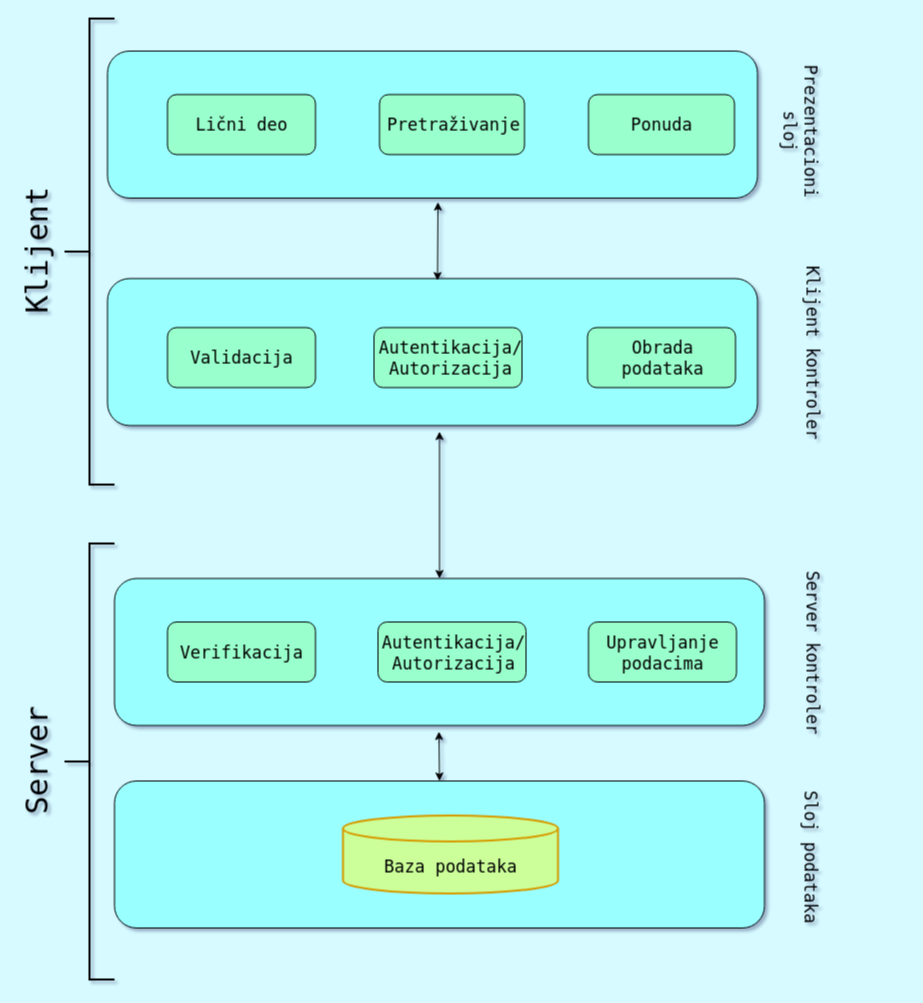
Before: Arhitektura sistema/Arhitektura3.drawio in ivonamilutinovic/InformacioniSistemAgencijeZaNekretnine, a draw.io diagram. Source tidied: cells renumbered, new cells numbered last; positions are measured from the earlier drawing's top-left corner, leaving out a move shared by most shapes. Both pictures are drawn from the tidied source at 100%, with x=0, y=0 at pixel (-32, 18).
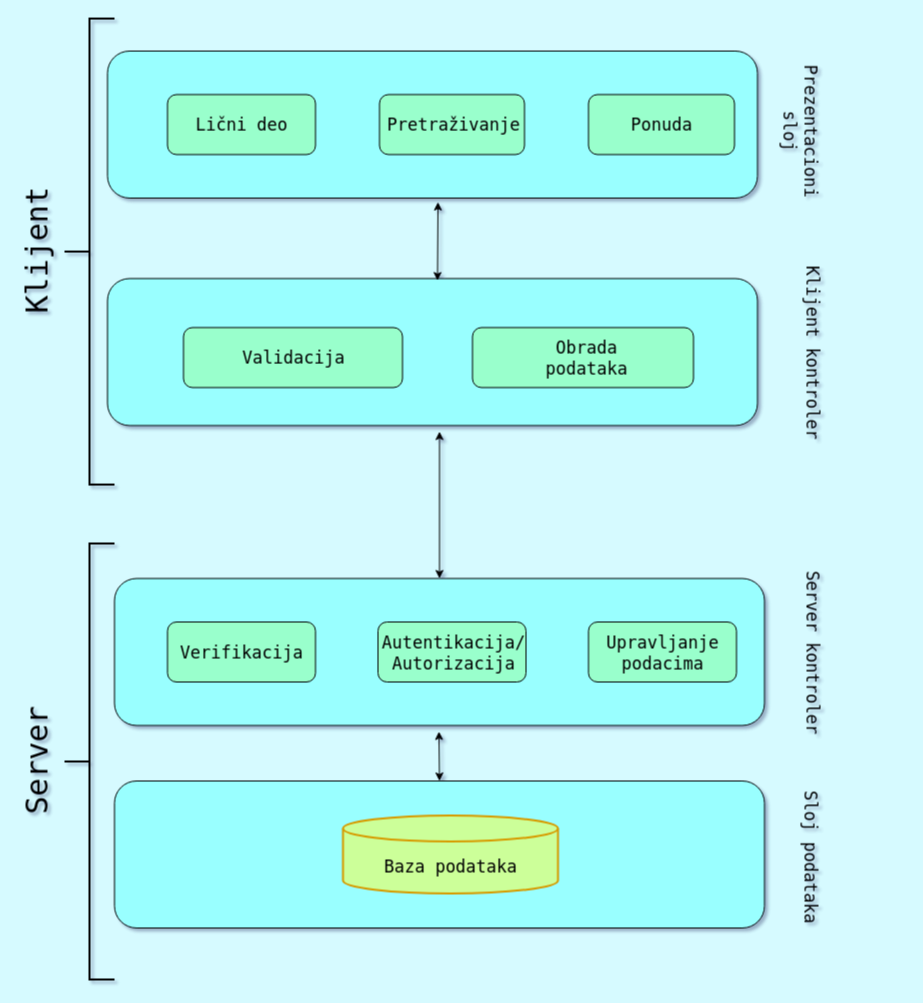
After the change.

Commit message (it also covers changes not shown here):
azurirana arhitektura sistema, azuriran dijagram arhitekture sitema

The edit, as a diff of the source:
```diff
@@
     <mxCell id="16" style="rounded=1;whiteSpace=wrap;html=1;fillColor=#99FFCC;" parent="1" vertex="1">
-      <mxGeometry x="199" y="309" width="148" height="60" as="geometry" />
+      <mxGeometry x="215" y="309" width="219" height="60" as="geometry" />
     </mxCell>
     <mxCell id="17" value="Validacija" style="text;html=1;align=center;verticalAlign=middle;fillColor=none;strokeColor=none;rounded=0;shadow=0;glass=0;comic=0;fontFamily=Lucida Console;fontSize=17;" parent="1" vertex="1">
-      <mxGeometry x="216.5" y="327" width="113" height="24" as="geometry" />
+      <mxGeometry x="268" y="327" width="113" height="24" as="geometry" />
     </mxCell>
-    <mxCell id="18" style="rounded=1;whiteSpace=wrap;html=1;fillColor=#99FFCC;" parent="1" vertex="1">
-      <mxGeometry x="405.5" y="309" width="148" height="60" as="geometry" />
-    </mxCell>
-    <mxCell id="19" value="&lt;div&gt;Autentikacija/&lt;/div&gt;&lt;div&gt;Autorizacija&lt;br&gt;&lt;/div&gt;" style="text;html=1;align=center;verticalAlign=middle;fillColor=none;strokeColor=none;rounded=0;shadow=0;glass=0;comic=0;fontFamily=Lucida Console;fontSize=17;" parent="1" vertex="1">
-      <mxGeometry x="405" y="317" width="154" height="44" as="geometry" />
-    </mxCell>
@@
     <mxCell id="24" style="rounded=1;whiteSpace=wrap;html=1;fillColor=#99FFCC;" parent="1" vertex="1">
-      <mxGeometry x="619" y="309" width="148" height="60" as="geometry" />
+      <mxGeometry x="504" y="309" width="221" height="60" as="geometry" />
     </mxCell>
@@
     <mxCell id="28" value="&lt;div&gt;Obrada&lt;/div&gt;&lt;div&gt;podataka&lt;br&gt;&lt;/div&gt;" style="text;html=1;align=center;verticalAlign=middle;fillColor=none;strokeColor=none;rounded=0;shadow=0;glass=0;comic=0;fontFamily=Lucida Console;fontSize=17;" parent="1" vertex="1">
-      <mxGeometry x="648" y="317" width="92" height="44" as="geometry" />
+      <mxGeometry x="572" y="317" width="92" height="44" as="geometry" />
     </mxCell>
```
